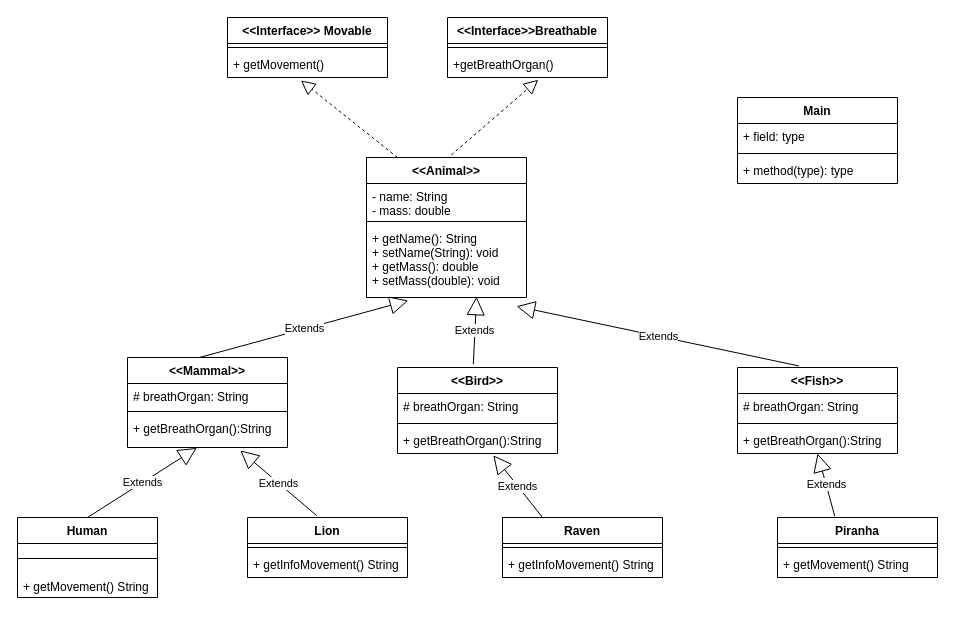
Earlier version of the draw.io diagram uml.drawio (mikolajurbanek/PA). Source tidied: cells renumbered, new cells numbered last; positions are measured from the earlier drawing's top-left corner, leaving out a move shared by most shapes. Both pictures are drawn from the tidied source at 100%, with x=0, y=0 at pixel (17, 17).
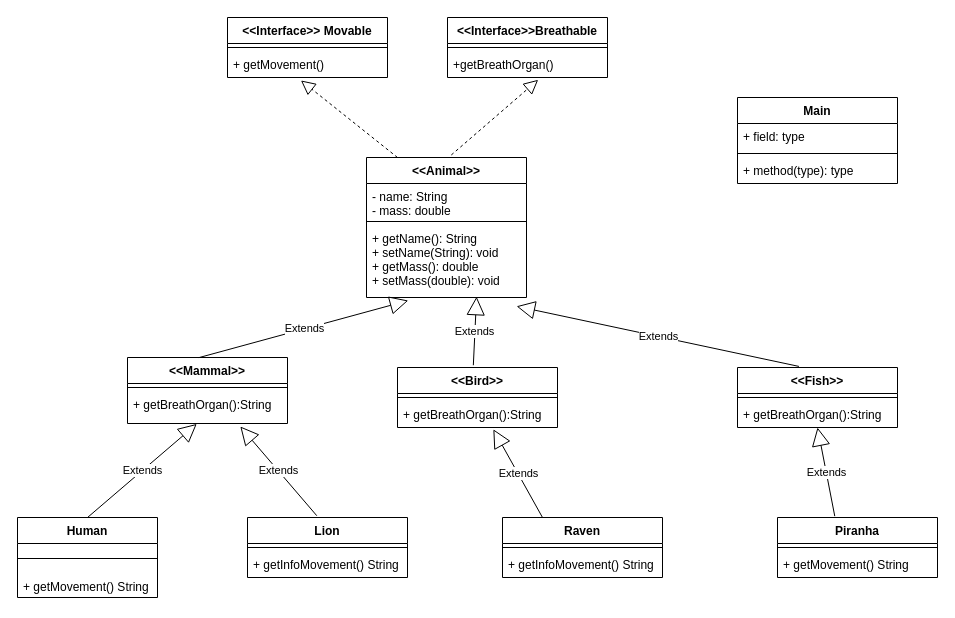
After the change.

Diff of the diagram source:
```diff
@@
     <mxCell id="2" value="&lt;&lt;Fish&gt;&gt;" style="swimlane;fontStyle=1;align=center;verticalAlign=top;horizontal=1;startSize=26;" parent="1" vertex="1">
-      <mxGeometry x="720" y="350" width="160" height="86" as="geometry" />
+      <mxGeometry x="720" y="350" width="160" height="60" as="geometry" />
     </mxCell>
-    <mxCell id="3" value="# breathOrgan: String" style="text;strokeColor=none;fillColor=none;align=left;verticalAlign=top;spacingLeft=4;spacingRight=4;overflow=hidden;" parent="2" vertex="1">
-      <mxGeometry y="26" width="160" height="26" as="geometry" />
-    </mxCell>
     <mxCell id="4" style="line;strokeWidth=1;fillColor=none;align=left;verticalAlign=middle;spacingTop=-1;spacingLeft=3;spacingRight=3;labelPosition=right;" parent="2" vertex="1">
-      <mxGeometry y="52" width="160" height="8" as="geometry" />
+      <mxGeometry y="26" width="160" height="8" as="geometry" />
     </mxCell>
     <mxCell id="5" value="+ getBreathOrgan():String" style="text;strokeColor=none;fillColor=none;align=left;verticalAlign=top;spacingLeft=4;spacingRight=4;overflow=hidden;" parent="2" vertex="1">
-      <mxGeometry y="60" width="160" height="26" as="geometry" />
+      <mxGeometry y="34" width="160" height="26" as="geometry" />
     </mxCell>
     <mxCell id="6" value="&lt;&lt;Mammal&gt;&gt;" style="swimlane;fontStyle=1;align=center;verticalAlign=top;horizontal=1;startSize=26;" parent="1" vertex="1">
-      <mxGeometry x="110" y="340" width="160" height="90" as="geometry" />
+      <mxGeometry x="110" y="340" width="160" height="66" as="geometry" />
     </mxCell>
-    <mxCell id="7" value="# breathOrgan: String" style="text;strokeColor=none;fillColor=none;align=left;verticalAlign=top;spacingLeft=4;spacingRight=4;overflow=hidden;" parent="6" vertex="1">
-      <mxGeometry y="26" width="160" height="24" as="geometry" />
-    </mxCell>
     <mxCell id="8" style="line;strokeWidth=1;fillColor=none;align=left;verticalAlign=middle;spacingTop=-1;spacingLeft=3;spacingRight=3;labelPosition=right;" parent="6" vertex="1">
-      <mxGeometry y="50" width="160" height="8" as="geometry" />
+      <mxGeometry y="26" width="160" height="8" as="geometry" />
     </mxCell>
     <mxCell id="9" value="+ getBreathOrgan():String" style="text;strokeColor=none;fillColor=none;align=left;verticalAlign=top;spacingLeft=4;spacingRight=4;overflow=hidden;points=[[0,0.5],[1,0.5]];portConstraint=eastwest;" parent="6" vertex="1">
-      <mxGeometry y="58" width="160" height="32" as="geometry" />
+      <mxGeometry y="34" width="160" height="32" as="geometry" />
     </mxCell>
@@
     <mxCell id="33" value="&lt;&lt;Bird&gt;&gt;" style="swimlane;fontStyle=1;align=center;verticalAlign=top;horizontal=1;startSize=26;" parent="1" vertex="1">
-      <mxGeometry x="380" y="350" width="160" height="86" as="geometry" />
+      <mxGeometry x="380" y="350" width="160" height="60" as="geometry" />
     </mxCell>
-    <mxCell id="34" value="# breathOrgan: String" style="text;strokeColor=none;fillColor=none;align=left;verticalAlign=top;spacingLeft=4;spacingRight=4;overflow=hidden;" parent="33" vertex="1">
-      <mxGeometry y="26" width="160" height="26" as="geometry" />
-    </mxCell>
     <mxCell id="35" style="line;strokeWidth=1;fillColor=none;align=left;verticalAlign=middle;spacingTop=-1;spacingLeft=3;spacingRight=3;labelPosition=right;" parent="33" vertex="1">
-      <mxGeometry y="52" width="160" height="8" as="geometry" />
+      <mxGeometry y="26" width="160" height="8" as="geometry" />
     </mxCell>
     <mxCell id="36" value="+ getBreathOrgan():String" style="text;strokeColor=none;fillColor=none;align=left;verticalAlign=top;spacingLeft=4;spacingRight=4;overflow=hidden;points=[[0,0.5],[1,0.5]];portConstraint=eastwest;" parent="33" vertex="1">
-      <mxGeometry y="60" width="160" height="26" as="geometry" />
+      <mxGeometry y="34" width="160" height="26" as="geometry" />
     </mxCell>
```
